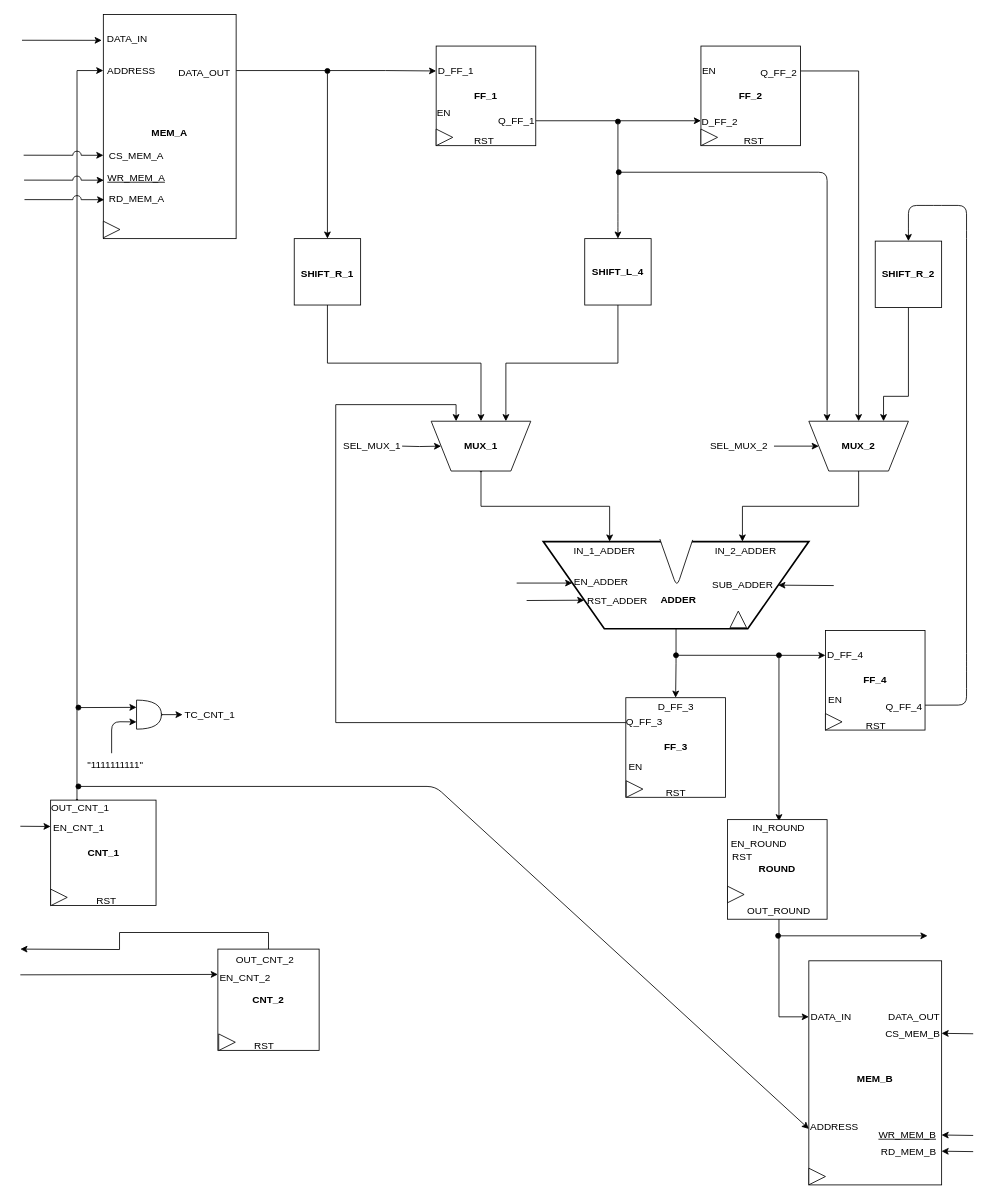
Before: lab6/Datapath.drawio in leobel96/Polito-ESD-NeuralNetwork, a draw.io diagram. Source tidied: cells renumbered, new cells numbered last; positions are measured from the earlier drawing's top-left corner, leaving out a move shared by most shapes. Both pictures are drawn from the tidied source at 83%, with x=0, y=0 at pixel (20, 14).
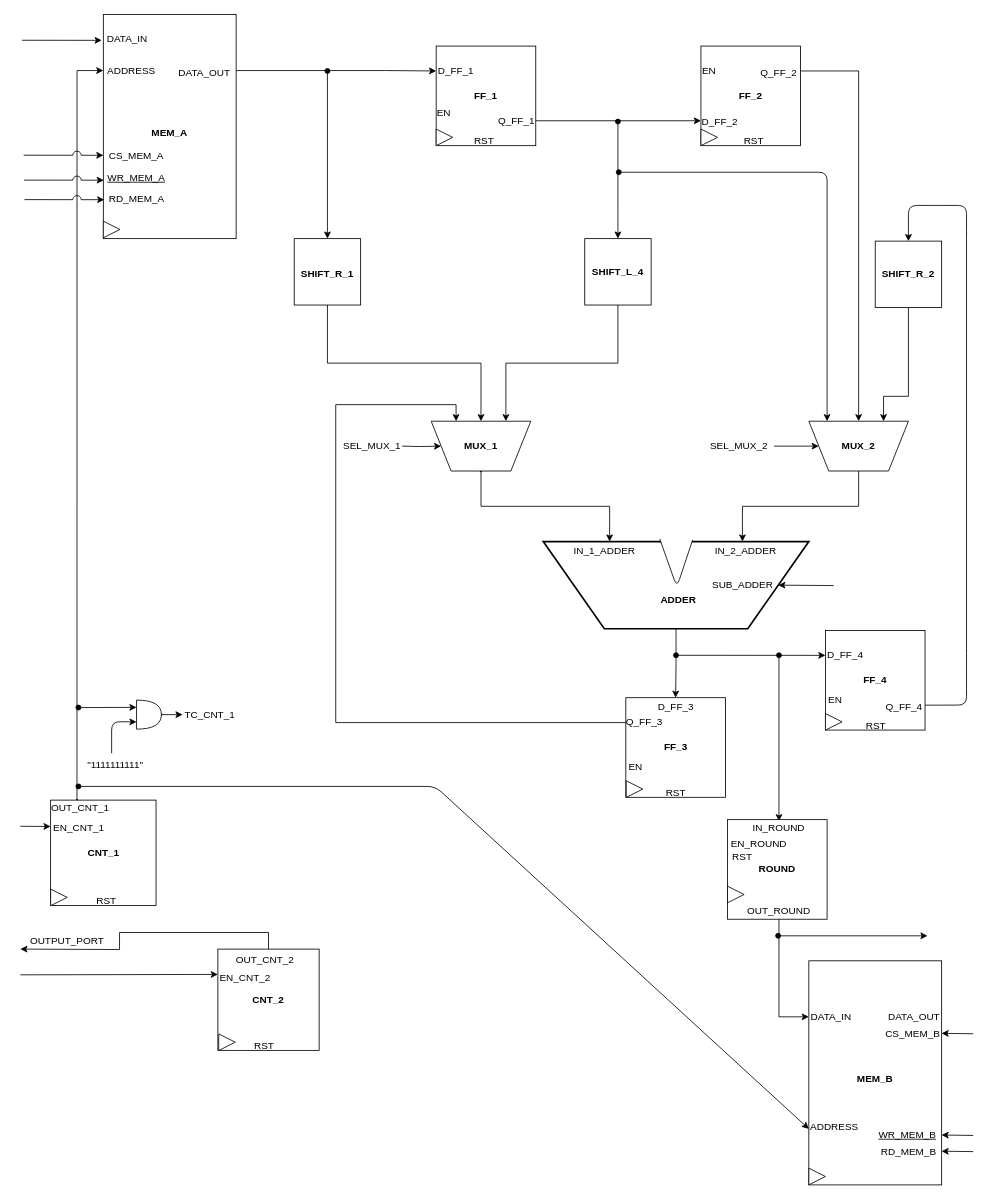
Above is the later version.

Unchanged cells that the change refers to:
```xml
<mxCell id="3" style="verticalLabelPosition=bottom;verticalAlign=top;html=1;strokeWidth=2;shape=trapezoid;perimeter=trapezoidPerimeter;whiteSpace=wrap;size=0.23;arcSize=10;flipV=1;" parent="1" vertex="1">
  <mxGeometry x="630" y="635" width="320" height="105" as="geometry" />
</mxCell>
```

Diff of the diagram source:
```diff
@@
-    <mxCell id="45" value="RST_ADDER" style="text;html=1;strokeColor=none;fillColor=none;align=center;verticalAlign=middle;whiteSpace=wrap;rounded=0;" parent="1" vertex="1">
-      <mxGeometry x="681" y="697" width="77" height="20" as="geometry" />
-    </mxCell>
-    <mxCell id="46" value="EN_ADDER" style="text;html=1;strokeColor=none;fillColor=none;align=center;verticalAlign=middle;whiteSpace=wrap;rounded=0;" parent="1" vertex="1">
-      <mxGeometry x="666" y="674" width="68" height="20" as="geometry" />
-    </mxCell>
@@
-    <mxCell id="49" style="triangle;whiteSpace=wrap;html=1;rotation=-90;" parent="1" vertex="1">
-      <mxGeometry x="855" y="718.8" width="20" height="20" as="geometry" />
-    </mxCell>
@@
-    <mxCell id="103" style="endArrow=classic;html=1;entryX=0;entryY=0.5;entryDx=0;entryDy=0;" parent="1" edge="1">
-      <mxGeometry relative="1" as="geometry">
-        <mxPoint x="598" y="685" as="sourcePoint" />
-        <mxPoint x="665" y="685" as="targetPoint" />
-      </mxGeometry>
-    </mxCell>
-    <mxCell id="104" style="endArrow=classic;html=1;entryX=0;entryY=0.75;entryDx=0;entryDy=0;" parent="1" edge="1" target="3">
-      <mxGeometry relative="1" as="geometry">
-        <mxPoint x="610" y="706" as="sourcePoint" />
-      </mxGeometry>
-    </mxCell>
@@
+    <mxCell id="120" value="OUTPUT_PORT" style="text;html=1;align=left;verticalAlign=top;spacingTop=-4;" parent="1" vertex="1">
+      <mxGeometry x="10" y="1106" width="100" height="20" as="geometry" />
+    </mxCell>
```
